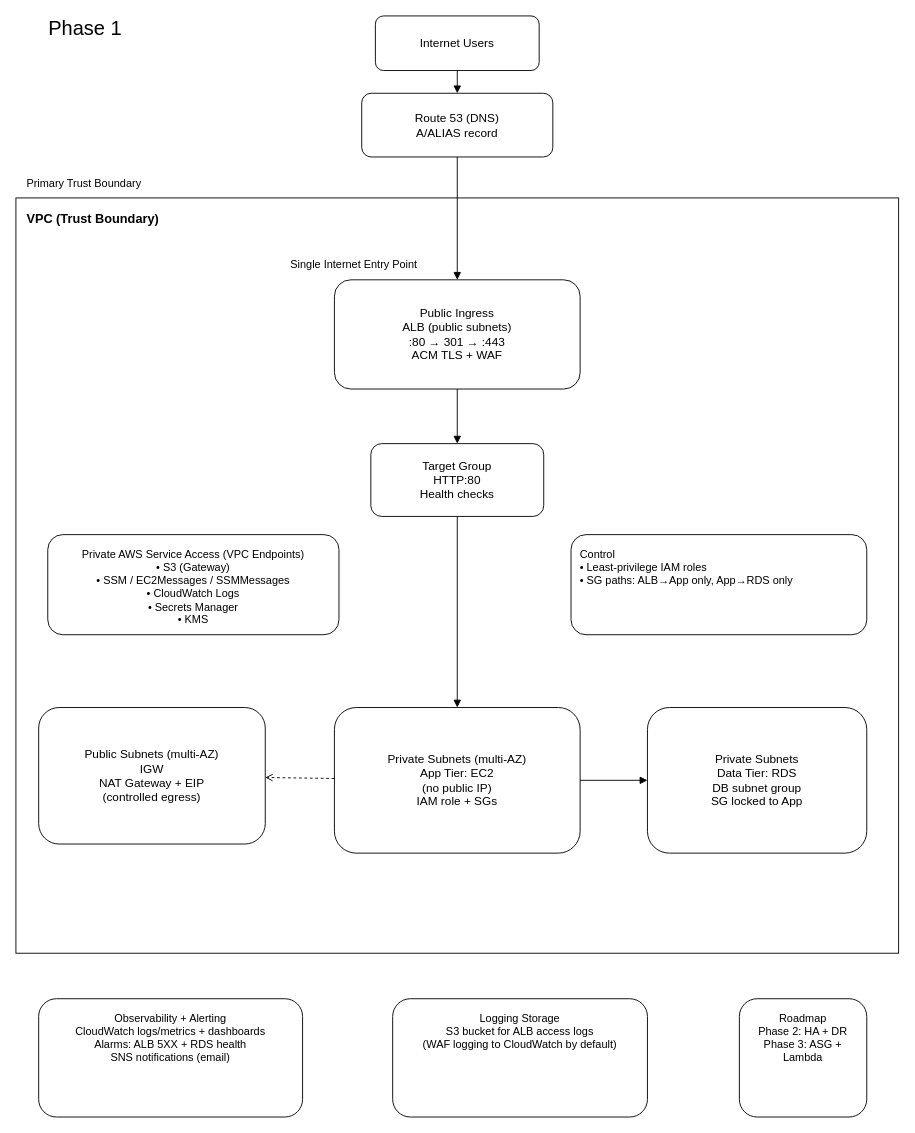
Above: lab-1/lab1-senior-architect-white-board.drawio in DennistonShaw/BOS-ARMAGEDDON-LABS-1-3 (draw.io), before the change. Source tidied: cells renumbered, new cells numbered last; positions are measured from the earlier drawing's top-left corner, leaving out a move shared by most shapes. Both pictures are drawn from the tidied source at 91%, with x=0, y=0 at pixel (15, 15).
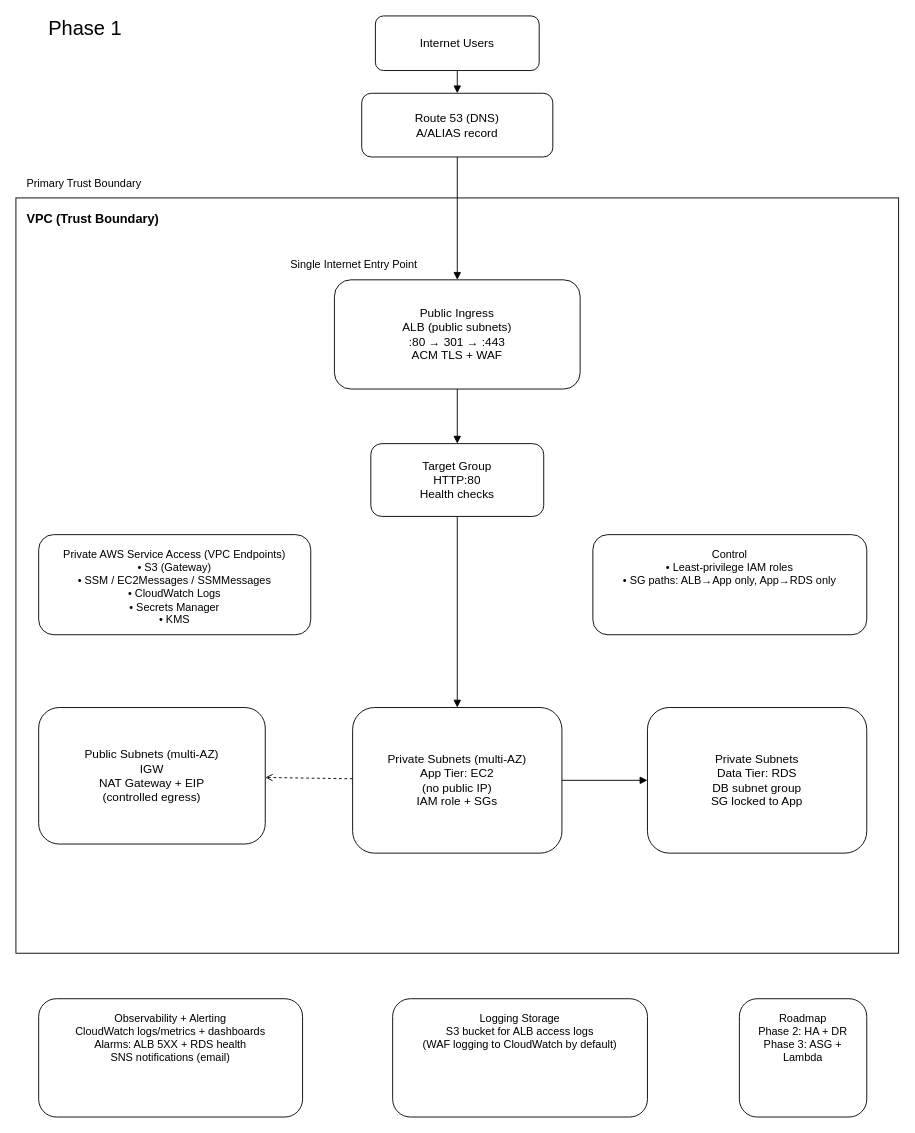
Above is the later version.

Commit message (it also covers changes not shown here):
updated with lab1-senior-architect-interview.md file/notes to practice interviews

Change to the diagram source:
```diff
@@
     <mxCell id="13" value="Private Subnets (multi-AZ)&#10;App Tier: EC2&#10;(no public IP)&#10;IAM role + SGs" style="rounded=1;whiteSpace=wrap;html=1;align=center;verticalAlign=middle;spacing=10;fontSize=13;" parent="1" vertex="1">
-      <mxGeometry x="350" y="760" width="270" height="160" as="geometry" />
+      <mxGeometry x="370" y="760" width="230" height="160" as="geometry" />
     </mxCell>
@@
     <mxCell id="15" value="Private AWS Service Access (VPC Endpoints)&lt;br&gt;• S3 (Gateway)&lt;br&gt;• SSM / EC2Messages / SSMMessages&lt;br&gt;• CloudWatch Logs&lt;br&gt;• Secrets Manager&lt;br&gt;• KMS" style="rounded=1;whiteSpace=wrap;html=1;align=center;verticalAlign=top;spacing=10;fontSize=12;" parent="1" vertex="1">
-      <mxGeometry x="35" y="570" width="320" height="110" as="geometry" />
+      <mxGeometry x="25" y="570" width="299" height="110" as="geometry" />
     </mxCell>
-    <mxCell id="16" value="Control&#10;• Least-privilege IAM roles&#10;• SG paths: ALB→App only, App→RDS only" style="rounded=1;whiteSpace=wrap;html=1;align=left;verticalAlign=top;spacing=10;fontSize=12;" parent="1" vertex="1">
-      <mxGeometry x="610" y="570" width="325" height="110" as="geometry" />
+    <mxCell id="16" value="Control&lt;br&gt;• Least-privilege IAM roles&lt;br&gt;• SG paths: ALB→App only, App→RDS only" style="rounded=1;whiteSpace=wrap;html=1;align=center;verticalAlign=top;spacing=10;fontSize=12;" parent="1" vertex="1">
+      <mxGeometry x="634" y="570" width="301" height="110" as="geometry" />
     </mxCell>
```
